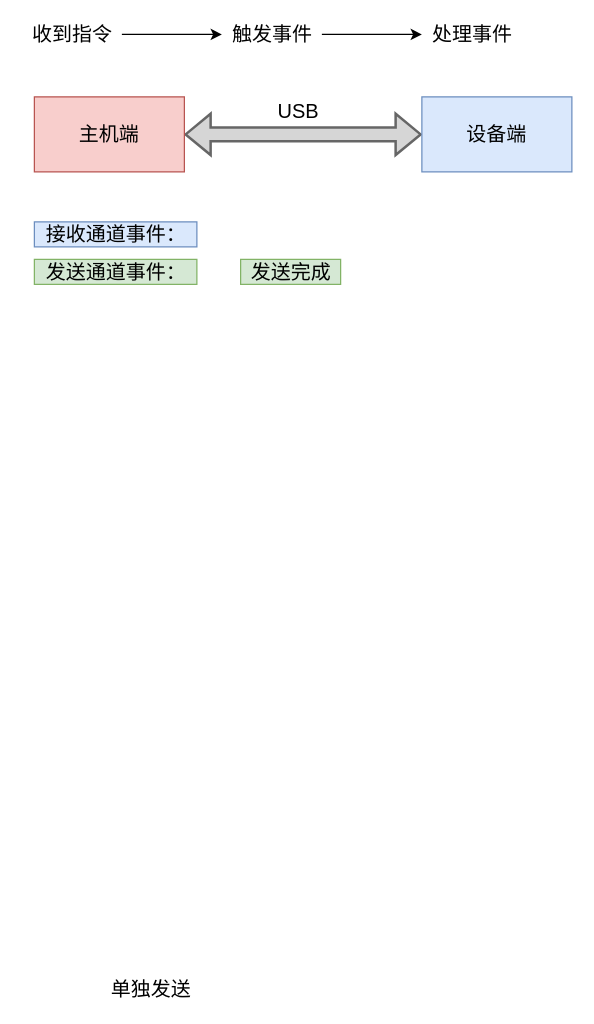
This is page "草稿纸" (6 of 6) of Untitled Diagram.drawio from fuxinsen/test, a draw.io file, before an edit. Source tidied: cells renumbered, new cells numbered last; positions are measured from the earlier drawing's top-left corner, leaving out a move shared by most shapes. Both pictures are drawn from the tidied source at 125%, with x=0, y=0 at pixel (21, 21).
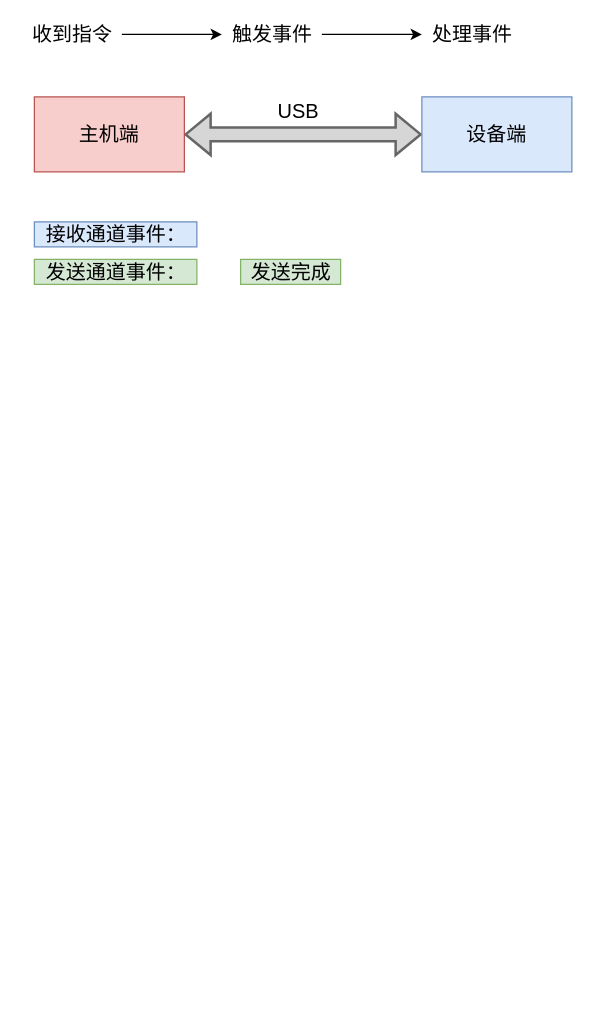
After the change.

Diff of the diagram source:
```diff
@@
 <mxGraphModel>
   <root>
     <mxCell id="0" />
     <mxCell id="1" parent="0" />
     <mxCell id="2" style="edgeStyle=orthogonalEdgeStyle;rounded=0;jettySize=auto;html=1;fontSize=16;startSize=0;strokeWidth=1;" parent="1" edge="1" source="3" target="5">
       <mxGeometry relative="1" as="geometry" />
     </mxCell>
     <mxCell id="3" value="收到指令" style="text;html=1;align=center;verticalAlign=middle;points=[];strokeColor=none;fontSize=16;" parent="1" vertex="1">
       <mxGeometry width="80" height="20" as="geometry" />
     </mxCell>
     <mxCell id="4" style="edgeStyle=orthogonalEdgeStyle;rounded=0;jettySize=auto;html=1;fontSize=16;startSize=0;strokeWidth=1;" parent="1" edge="1" source="5" target="6">
       <mxGeometry relative="1" as="geometry" />
     </mxCell>
     <mxCell id="5" value="触发事件" style="text;html=1;align=center;verticalAlign=middle;points=[];strokeColor=none;fontSize=16;" parent="1" vertex="1">
       <mxGeometry x="160" width="80" height="20" as="geometry" />
     </mxCell>
     <mxCell id="6" value="处理事件" style="text;html=1;align=center;verticalAlign=middle;points=[];strokeColor=none;fontSize=16;" parent="1" vertex="1">
       <mxGeometry x="320" width="80" height="20" as="geometry" />
     </mxCell>
     <mxCell id="7" style="edgeStyle=orthogonalEdgeStyle;rounded=0;jettySize=auto;html=1;entryX=0;entryY=0.5;entryDx=0;entryDy=0;fontSize=16;strokeWidth=2;startArrow=classic;startFill=1;shape=flexArrow;strokeColor=#666666;fillColor=#D6D6D6;" parent="1" edge="1" source="9" target="10">
       <mxGeometry relative="1" as="geometry" />
     </mxCell>
     <mxCell id="8" value="USB" style="edgeLabel;html=1;align=center;verticalAlign=middle;fontSize=16;" parent="7" vertex="1">
       <mxGeometry x="-0.11" y="-2" relative="1" as="geometry">
         <mxPoint x="5" y="-22" as="offset" />
       </mxGeometry>
     </mxCell>
     <mxCell id="9" value="主机端" style="rounded=0;whiteSpace=wrap;html=1;shadow=0;fontSize=16;startSize=0;strokeWidth=1;strokeColor=#b85450;fillColor=#f8cecc;" parent="1" vertex="1">
       <mxGeometry x="10" y="60" width="120" height="60" as="geometry" />
     </mxCell>
     <mxCell id="10" value="设备端" style="rounded=0;whiteSpace=wrap;html=1;shadow=0;fontSize=16;startSize=0;strokeWidth=1;strokeColor=#6c8ebf;fillColor=#dae8fc;" parent="1" vertex="1">
       <mxGeometry x="320" y="60" width="120" height="60" as="geometry" />
     </mxCell>
     <mxCell id="11" value="接收通道事件：" style="text;html=1;align=center;verticalAlign=middle;strokeColor=#6c8ebf;fontSize=16;fillColor=#dae8fc;" parent="1" vertex="1">
       <mxGeometry x="10" y="160" width="130" height="20" as="geometry" />
     </mxCell>
     <mxCell id="12" value="发送通道事件：" style="text;html=1;align=center;verticalAlign=middle;fontSize=16;fillColor=#d5e8d4;strokeColor=#82b366;" parent="1" vertex="1">
       <mxGeometry x="10" y="190" width="130" height="20" as="geometry" />
     </mxCell>
     <mxCell id="13" value="发送完成" style="text;html=1;align=center;verticalAlign=middle;strokeColor=#82b366;fontSize=16;fillColor=#d5e8d4;" parent="1" vertex="1">
       <mxGeometry x="175" y="190" width="80" height="20" as="geometry" />
     </mxCell>
-    <mxCell id="14" value="单独发送" style="text;html=1;align=center;verticalAlign=middle;strokeColor=none;fontSize=16;fontColor=#000000;" parent="1" vertex="1">
-      <mxGeometry x="66" y="762" width="74" height="23" as="geometry" />
-    </mxCell>
   </root>
 </mxGraphModel>
```
